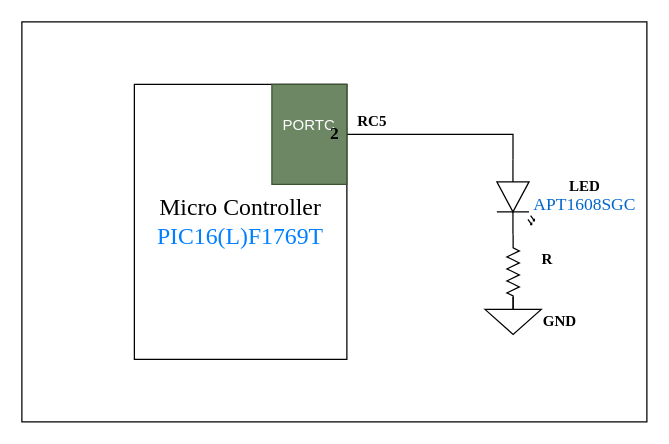
The draw.io diagram page "Page-4" (4 of 6) of Untitled Diagram.drawio in francis-job/BLOCK_DIAGRAMS, before the edit. Source tidied: cells renumbered, new cells numbered last; positions are measured from the earlier drawing's top-left corner, leaving out a move shared by most shapes. Both pictures are drawn from the tidied source at 125%, with x=0, y=0 at pixel (21, 21).
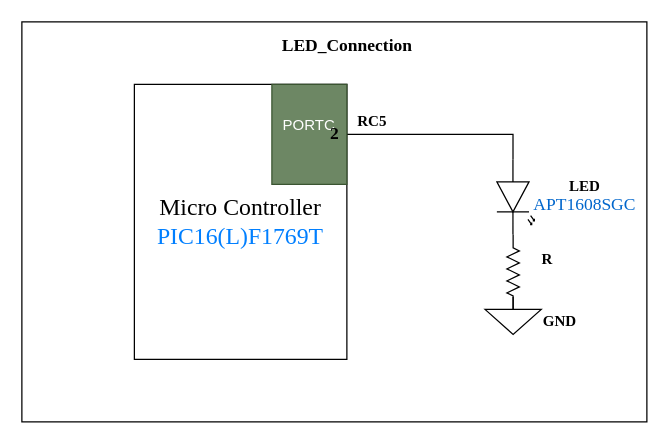
The same diagram, later.

Diff of the diagram source:
```diff
@@
 <mxGraphModel>
   <root>
     <mxCell id="0" />
     <mxCell id="1" parent="0" />
     <mxCell id="2" style="rounded=0;whiteSpace=wrap;html=1;" parent="1" vertex="1">
       <mxGeometry width="500" height="320" as="geometry" />
     </mxCell>
     <mxCell id="3" value="&lt;span style=&quot;font-family: &amp;#34;times new roman&amp;#34; ; font-size: 19px&quot;&gt;Micro Controller&lt;/span&gt;&lt;br style=&quot;font-family: &amp;#34;times new roman&amp;#34; ; font-size: 19px&quot;&gt;&lt;font color=&quot;#007fff&quot; style=&quot;font-family: &amp;#34;times new roman&amp;#34; ; font-size: 19px&quot;&gt;PIC16(L)F1769T&lt;/font&gt;" style="rounded=0;whiteSpace=wrap;html=1;" parent="1" vertex="1">
       <mxGeometry x="90" y="50" width="170" height="220" as="geometry" />
     </mxCell>
     <mxCell id="4" style="edgeStyle=orthogonalEdgeStyle;rounded=0;jettySize=auto;html=1;exitX=1;exitY=0.5;exitDx=0;exitDy=0;entryX=0;entryY=0.57;entryDx=0;entryDy=0;entryPerimeter=0;endArrow=none;endFill=0;strokeWidth=1;" parent="1" edge="1" source="5" target="6">
       <mxGeometry relative="1" as="geometry" />
     </mxCell>
     <mxCell id="5" value="PORTC&lt;br&gt;&lt;br&gt;" style="rounded=0;whiteSpace=wrap;html=1;fillColor=#6d8764;strokeColor=#3A5431;fontColor=#ffffff;" parent="1" vertex="1">
       <mxGeometry x="200" y="50" width="60" height="80" as="geometry" />
     </mxCell>
     <mxCell id="6" style="verticalLabelPosition=bottom;shadow=0;dashed=0;align=center;html=1;verticalAlign=top;shape=mxgraph.electrical.opto_electronics.led_2;direction=south;" parent="1" vertex="1">
       <mxGeometry x="380" y="110" width="30" height="60" as="geometry" />
     </mxCell>
     <mxCell id="7" style="verticalLabelPosition=bottom;shadow=0;dashed=0;align=center;html=1;verticalAlign=top;shape=mxgraph.electrical.resistors.resistor_2;direction=south;" parent="1" vertex="1">
       <mxGeometry x="388" y="170" width="10" height="60" as="geometry" />
     </mxCell>
     <mxCell id="8" style="verticalLabelPosition=bottom;shadow=0;dashed=0;align=center;html=1;verticalAlign=top;shape=mxgraph.electrical.signal_sources.signal_ground;" parent="1" vertex="1">
       <mxGeometry x="370.5" y="220" width="45" height="30" as="geometry" />
     </mxCell>
     <mxCell id="9" value="&lt;font face=&quot;Times New Roman&quot;&gt;&lt;b&gt;R&lt;/b&gt;&lt;/font&gt;" style="text;html=1;align=center;verticalAlign=middle;" parent="1" vertex="1">
       <mxGeometry x="410" y="180" width="20" height="20" as="geometry" />
     </mxCell>
     <mxCell id="10" value="&lt;b&gt;&lt;font face=&quot;Times New Roman&quot;&gt;GND&lt;/font&gt;&lt;/b&gt;" style="text;html=1;align=center;verticalAlign=middle;" parent="1" vertex="1">
       <mxGeometry x="410" y="230" width="40" height="20" as="geometry" />
     </mxCell>
     <mxCell id="11" value="&lt;font face=&quot;Times New Roman&quot;&gt;&lt;b&gt;LED&lt;br&gt;&lt;/b&gt;&lt;/font&gt;&lt;span style=&quot;color: rgb(0 , 102 , 204) ; font-family: &amp;#34;times new roman&amp;#34; ; font-size: 14px&quot;&gt;APT1608SGC&lt;/span&gt;&lt;font face=&quot;Times New Roman&quot;&gt;&lt;b&gt;&lt;br&gt;&lt;/b&gt;&lt;/font&gt;" style="text;html=1;align=center;verticalAlign=middle;" parent="1" vertex="1">
       <mxGeometry x="400" y="125" width="100" height="30" as="geometry" />
     </mxCell>
     <mxCell id="12" value="&lt;font face=&quot;Times New Roman&quot; size=&quot;1&quot;&gt;&lt;b style=&quot;font-size: 14px&quot;&gt;2&lt;/b&gt;&lt;/font&gt;" style="text;html=1;align=center;verticalAlign=middle;" parent="1" vertex="1">
       <mxGeometry x="240" y="80" width="20" height="20" as="geometry" />
     </mxCell>
     <mxCell id="13" value="&lt;font face=&quot;Times New Roman&quot;&gt;&lt;b&gt;RC5&lt;/b&gt;&lt;/font&gt;" style="text;html=1;align=center;verticalAlign=middle;" parent="1" vertex="1">
       <mxGeometry x="260" y="70" width="40" height="20" as="geometry" />
     </mxCell>
+    <mxCell id="14" value="&lt;font face=&quot;Times New Roman&quot;&gt;&lt;b&gt;&lt;font style=&quot;font-size: 14px&quot;&gt;LED_Connection&lt;/font&gt;&lt;/b&gt;&lt;br&gt;&lt;/font&gt;" style="text;html=1;align=center;verticalAlign=middle;" parent="1" vertex="1">
+      <mxGeometry x="200" y="10" width="120" height="20" as="geometry" />
+    </mxCell>
   </root>
 </mxGraphModel>
```
